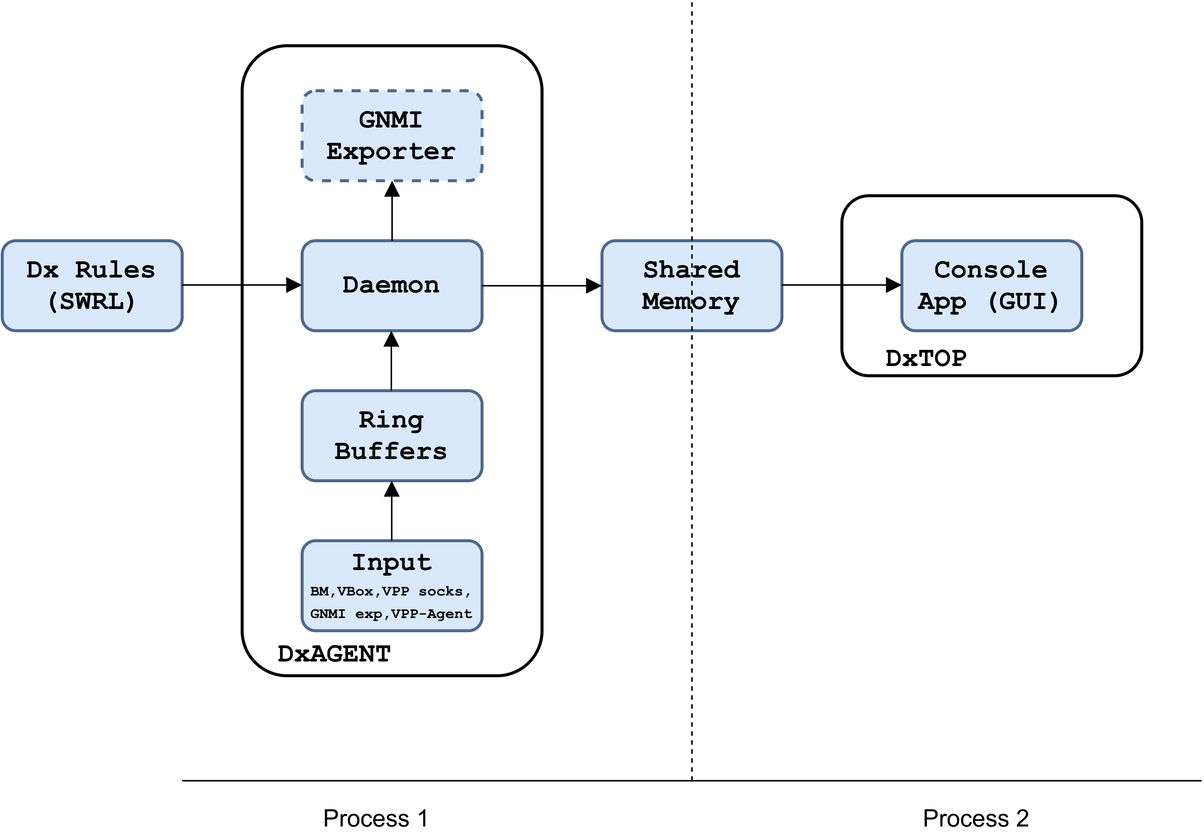
The draw.io diagram res/dxagent-sw.png in Advanced-Observability/dxagent, before a commit. Source tidied: cells renumbered, new cells last; positions are measured from the earlier drawing's top-left corner, leaving out a move shared by most shapes.
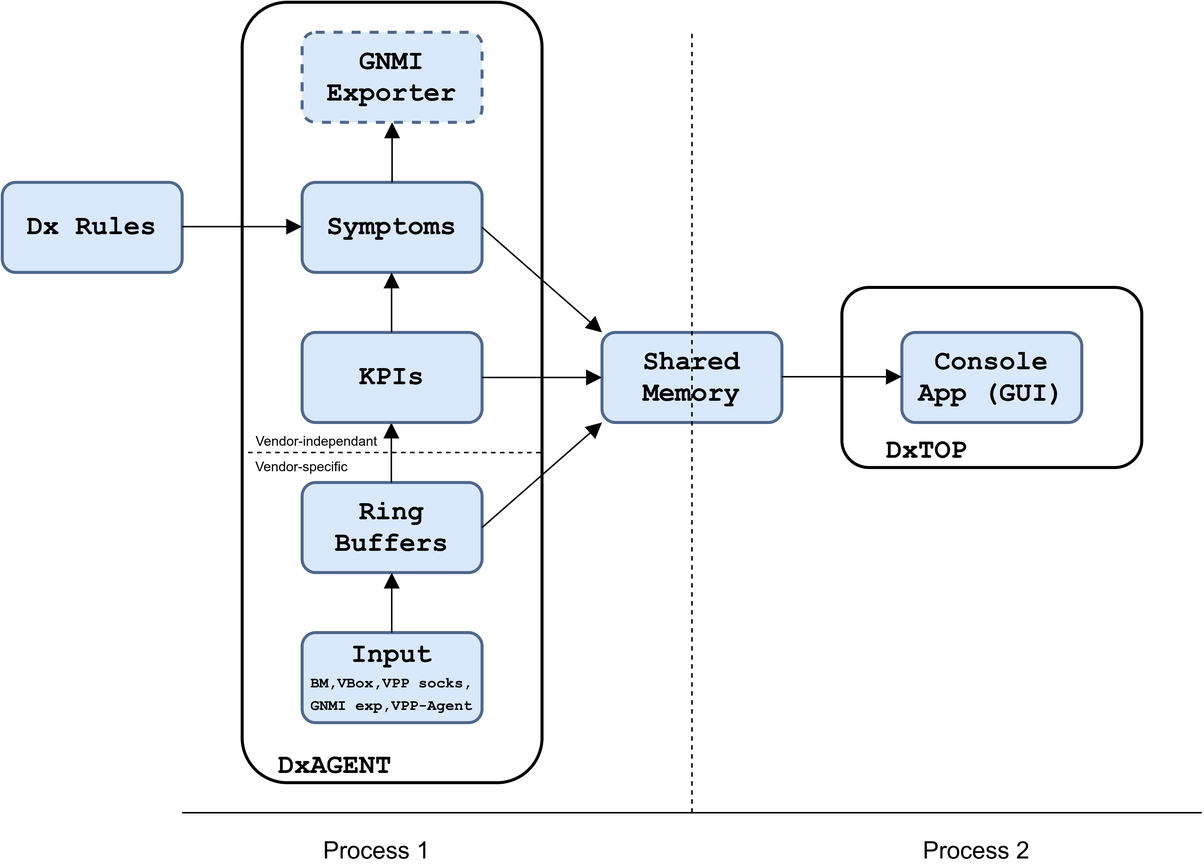
After the commit.

What changed in the source:
```diff
@@ -3,28 +3,28 @@
     <mxCell id="0" />
     <mxCell id="1" parent="0" />
     <mxCell id="2" value="&lt;br&gt;&lt;font face=&quot;Courier New&quot;&gt;&lt;span style=&quot;font-size: 18px&quot;&gt;&lt;b&gt;&lt;br&gt;&lt;br&gt;&lt;br&gt;&lt;br&gt;DxTOP&amp;nbsp; &amp;nbsp; &amp;nbsp; &amp;nbsp;&amp;nbsp;&lt;/b&gt;&lt;/span&gt;&lt;br&gt;&lt;/font&gt;" style="rounded=1;whiteSpace=wrap;html=1;strokeWidth=2;shadow=0;glass=0;comic=0;" parent="1" vertex="1">
-      <mxGeometry x="560" y="130" width="200" height="120" as="geometry" />
+      <mxGeometry x="560" y="170" width="200" height="120" as="geometry" />
     </mxCell>
-    <mxCell id="3" value="&lt;br&gt;&lt;font face=&quot;Courier New&quot;&gt;&lt;span style=&quot;font-size: 18px&quot;&gt;&lt;b&gt;&lt;br&gt;&lt;br&gt;&lt;br&gt;&lt;br&gt;&lt;br&gt;&lt;br&gt;&lt;br&gt;&lt;br&gt;&lt;br&gt;&lt;br&gt;&lt;br&gt;&lt;br&gt;&lt;br&gt;&lt;br&gt;&lt;br&gt;&lt;br&gt;&lt;br&gt;&lt;br&gt;DxAGENT&amp;nbsp; &amp;nbsp; &amp;nbsp; &amp;nbsp;&lt;/b&gt;&lt;/span&gt;&lt;br&gt;&lt;/font&gt;" style="rounded=1;whiteSpace=wrap;html=1;strokeWidth=2;shadow=0;glass=0;comic=0;" parent="1" vertex="1">
-      <mxGeometry x="160" y="30" width="200" height="420" as="geometry" />
+    <mxCell id="3" value="&lt;br&gt;&lt;font face=&quot;Courier New&quot;&gt;&lt;span style=&quot;font-size: 18px&quot;&gt;&lt;b&gt;&lt;br&gt;&lt;br&gt;&lt;br&gt;&lt;br&gt;&lt;br&gt;&lt;br&gt;&lt;br&gt;&lt;br&gt;&lt;br&gt;&lt;br&gt;&lt;br&gt;&lt;br&gt;&lt;br&gt;&lt;br&gt;&lt;br&gt;&lt;br&gt;&lt;br&gt;&lt;br&gt;&lt;br&gt;&lt;br&gt;&lt;br&gt;&lt;br&gt;&lt;br&gt;DxAGENT&amp;nbsp; &amp;nbsp; &amp;nbsp; &amp;nbsp;&lt;/b&gt;&lt;/span&gt;&lt;br&gt;&lt;/font&gt;" style="rounded=1;whiteSpace=wrap;html=1;strokeWidth=2;shadow=0;glass=0;comic=0;" parent="1" vertex="1">
+      <mxGeometry x="160" y="-20" width="200" height="520" as="geometry" />
     </mxCell>
-    <mxCell id="4" value="&lt;font face=&quot;Courier New&quot; style=&quot;font-size: 18px&quot;&gt;&lt;b&gt;Daemon&lt;/b&gt;&lt;/font&gt;" style="rounded=1;whiteSpace=wrap;html=1;fillColor=#dae8fc;strokeColor=#4F688C;gradientColor=none;strokeWidth=2;" parent="1" vertex="1">
-      <mxGeometry x="200" y="160" width="120" height="60" as="geometry" />
+    <mxCell id="4" value="&lt;font face=&quot;Courier New&quot; style=&quot;font-size: 18px&quot;&gt;&lt;b&gt;Symptoms&lt;/b&gt;&lt;/font&gt;" style="rounded=1;whiteSpace=wrap;html=1;fillColor=#dae8fc;strokeColor=#4F688C;gradientColor=none;strokeWidth=2;" parent="1" vertex="1">
+      <mxGeometry x="200" y="100" width="120" height="60" as="geometry" />
     </mxCell>
     <mxCell id="5" value="&lt;font face=&quot;Courier New&quot; style=&quot;font-size: 18px&quot;&gt;&lt;b&gt;Ring Buffers&lt;/b&gt;&lt;/font&gt;" style="rounded=1;whiteSpace=wrap;html=1;fillColor=#dae8fc;strokeColor=#4F688C;gradientColor=none;strokeWidth=2;" parent="1" vertex="1">
-      <mxGeometry x="200" y="260" width="120" height="60" as="geometry" />
+      <mxGeometry x="200" y="300" width="120" height="60" as="geometry" />
     </mxCell>
     <mxCell id="6" value="&lt;font face=&quot;Courier New&quot; style=&quot;font-size: 18px&quot;&gt;&lt;b&gt;GNMI&lt;br&gt;Exporter&lt;/b&gt;&lt;/font&gt;" style="rounded=1;whiteSpace=wrap;html=1;fillColor=#dae8fc;strokeColor=#4F688C;gradientColor=none;strokeWidth=2;dashed=1;" parent="1" vertex="1">
-      <mxGeometry x="200" y="60" width="120" height="60" as="geometry" />
+      <mxGeometry x="200" width="120" height="60" as="geometry" />
     </mxCell>
     <mxCell id="7" value="&lt;font face=&quot;Courier New&quot;&gt;&lt;b&gt;&lt;span style=&quot;font-size: 18px&quot;&gt;Input&lt;/span&gt;&lt;br&gt;&lt;font style=&quot;font-size: 10px&quot;&gt;BM,VBox,VPP socks, GNMI exp,VPP-Agent&lt;/font&gt;&lt;br&gt;&lt;/b&gt;&lt;/font&gt;" style="rounded=1;whiteSpace=wrap;html=1;fillColor=#dae8fc;strokeColor=#4F688C;gradientColor=none;strokeWidth=2;" parent="1" vertex="1">
-      <mxGeometry x="200" y="360" width="120" height="60" as="geometry" />
+      <mxGeometry x="200" y="400" width="120" height="60" as="geometry" />
     </mxCell>
     <mxCell id="8" value="&lt;font face=&quot;Courier New&quot; style=&quot;font-size: 18px&quot;&gt;&lt;b&gt;Shared&lt;br&gt;Memory&lt;/b&gt;&lt;/font&gt;" style="rounded=1;whiteSpace=wrap;html=1;fillColor=#dae8fc;strokeColor=#4F688C;gradientColor=none;strokeWidth=2;" parent="1" vertex="1">
-      <mxGeometry x="400" y="160" width="120" height="60" as="geometry" />
+      <mxGeometry x="400" y="200" width="120" height="60" as="geometry" />
     </mxCell>
     <mxCell id="9" value="&lt;font face=&quot;Courier New&quot;&gt;&lt;span style=&quot;font-size: 18px&quot;&gt;&lt;b&gt;Console App (GUI)&lt;/b&gt;&lt;/span&gt;&lt;/font&gt;" style="rounded=1;whiteSpace=wrap;html=1;fillColor=#dae8fc;strokeColor=#4F688C;gradientColor=none;strokeWidth=2;" parent="1" vertex="1">
-      <mxGeometry x="600" y="160" width="120" height="60" as="geometry" />
+      <mxGeometry x="600" y="200" width="120" height="60" as="geometry" />
     </mxCell>
     <mxCell id="10" style="endArrow=none;html=1;" parent="1" edge="1">
       <mxGeometry relative="1" as="geometry">
@@ -44,40 +44,68 @@
     <mxCell id="13" value="&lt;font style=&quot;font-size: 16px&quot;&gt;Process 2&lt;/font&gt;" style="text;html=1;strokeColor=none;fillColor=none;align=center;verticalAlign=middle;whiteSpace=wrap;rounded=0;shadow=0;glass=0;comic=0;" parent="1" vertex="1">
       <mxGeometry x="590" y="535" width="120" height="20" as="geometry" />
     </mxCell>
-    <mxCell id="14" style="endArrow=block;html=1;exitX=1;exitY=0.5;exitDx=0;exitDy=0;entryX=0;entryY=0.5;entryDx=0;entryDy=0;endSize=8;startSize=8;endFill=1;" parent="1" edge="1" source="4" target="8">
+    <mxCell id="14" style="endArrow=block;html=1;exitX=1;exitY=0.5;exitDx=0;exitDy=0;endSize=8;startSize=8;endFill=1;entryX=0;entryY=0;entryDx=0;entryDy=0;" parent="1" edge="1" source="4" target="8">
       <mxGeometry relative="1" as="geometry" />
     </mxCell>
     <mxCell id="15" style="endArrow=block;html=1;exitX=1;exitY=0.5;exitDx=0;exitDy=0;entryX=0;entryY=0.5;entryDx=0;entryDy=0;endSize=8;startSize=8;endFill=1;" parent="1" edge="1">
       <mxGeometry relative="1" as="geometry">
-        <mxPoint x="520" y="189.5" as="sourcePoint" />
-        <mxPoint x="600" y="189.5" as="targetPoint" />
+        <mxPoint x="520" y="229.5" as="sourcePoint" />
+        <mxPoint x="600" y="229.5" as="targetPoint" />
       </mxGeometry>
     </mxCell>
-    <mxCell id="16" value="&lt;font face=&quot;Courier New&quot; style=&quot;font-size: 18px&quot;&gt;&lt;b&gt;Dx Rules&lt;br&gt;(SWRL)&lt;br&gt;&lt;/b&gt;&lt;/font&gt;" style="rounded=1;whiteSpace=wrap;html=1;fillColor=#dae8fc;strokeColor=#4F688C;gradientColor=none;strokeWidth=2;" parent="1" vertex="1">
-      <mxGeometry y="160" width="120" height="60" as="geometry" />
+    <mxCell id="16" value="&lt;font face=&quot;Courier New&quot; style=&quot;font-size: 18px&quot;&gt;&lt;b&gt;Dx Rules&lt;br&gt;&lt;/b&gt;&lt;/font&gt;" style="rounded=1;whiteSpace=wrap;html=1;fillColor=#dae8fc;strokeColor=#4F688C;gradientColor=none;strokeWidth=2;" parent="1" vertex="1">
+      <mxGeometry y="100" width="120" height="60" as="geometry" />
     </mxCell>
     <mxCell id="17" style="endArrow=block;html=1;exitX=1;exitY=0.5;exitDx=0;exitDy=0;entryX=0;entryY=0.5;entryDx=0;entryDy=0;endSize=8;startSize=8;endFill=1;" parent="1" edge="1">
       <mxGeometry relative="1" as="geometry">
-        <mxPoint x="120" y="189.5" as="sourcePoint" />
-        <mxPoint x="200" y="189.5" as="targetPoint" />
+        <mxPoint x="120" y="129.5" as="sourcePoint" />
+        <mxPoint x="200" y="129.5" as="targetPoint" />
       </mxGeometry>
     </mxCell>
-    <mxCell id="18" style="endArrow=block;html=1;exitX=1;exitY=0.5;exitDx=0;exitDy=0;entryX=0.5;entryY=1;entryDx=0;entryDy=0;endSize=8;startSize=8;endFill=1;" parent="1" edge="1" target="6">
+    <mxCell id="18" style="endArrow=block;html=1;entryX=0.5;entryY=1;entryDx=0;entryDy=0;endSize=8;startSize=8;endFill=1;" parent="1" edge="1" target="6">
       <mxGeometry relative="1" as="geometry">
-        <mxPoint x="260" y="160" as="sourcePoint" />
+        <mxPoint x="260" y="100" as="sourcePoint" />
       </mxGeometry>
     </mxCell>
     <mxCell id="19" style="endArrow=block;html=1;exitX=1;exitY=0.5;exitDx=0;exitDy=0;entryX=0.5;entryY=1;entryDx=0;entryDy=0;endSize=8;startSize=8;endFill=1;" parent="1" edge="1">
       <mxGeometry relative="1" as="geometry">
-        <mxPoint x="259.5" y="260" as="sourcePoint" />
-        <mxPoint x="259.5" y="220" as="targetPoint" />
+        <mxPoint x="259.5" y="300" as="sourcePoint" />
+        <mxPoint x="259.5" y="260" as="targetPoint" />
       </mxGeometry>
     </mxCell>
     <mxCell id="20" style="endArrow=block;html=1;exitX=1;exitY=0.5;exitDx=0;exitDy=0;entryX=0.5;entryY=1;entryDx=0;entryDy=0;endSize=8;startSize=8;endFill=1;" parent="1" edge="1">
       <mxGeometry relative="1" as="geometry">
-        <mxPoint x="259.8" y="360" as="sourcePoint" />
-        <mxPoint x="259.8" y="320" as="targetPoint" />
+        <mxPoint x="259.8" y="400" as="sourcePoint" />
+        <mxPoint x="259.8" y="360" as="targetPoint" />
       </mxGeometry>
     </mxCell>
+    <mxCell id="21" value="&lt;font face=&quot;Courier New&quot; style=&quot;font-size: 18px&quot;&gt;&lt;b&gt;KPIs&lt;/b&gt;&lt;/font&gt;" style="rounded=1;whiteSpace=wrap;html=1;fillColor=#dae8fc;strokeColor=#4F688C;gradientColor=none;strokeWidth=2;" parent="1" vertex="1">
+      <mxGeometry x="200" y="200" width="120" height="60" as="geometry" />
+    </mxCell>
+    <mxCell id="22" style="endArrow=block;html=1;entryX=0.5;entryY=1;entryDx=0;entryDy=0;endSize=8;startSize=8;endFill=1;" parent="1" edge="1">
+      <mxGeometry relative="1" as="geometry">
+        <mxPoint x="259.7" y="200" as="sourcePoint" />
+        <mxPoint x="259.7" y="160" as="targetPoint" />
+      </mxGeometry>
+    </mxCell>
+    <mxCell id="23" style="endArrow=block;html=1;exitX=1;exitY=0.5;exitDx=0;exitDy=0;endSize=8;startSize=8;endFill=1;entryX=0;entryY=1;entryDx=0;entryDy=0;" parent="1" edge="1" source="5" target="8">
+      <mxGeometry relative="1" as="geometry" />
+    </mxCell>
+    <mxCell id="24" style="endArrow=block;html=1;exitX=1;exitY=0.5;exitDx=0;exitDy=0;endSize=8;startSize=8;endFill=1;" parent="1" edge="1" source="21">
+      <mxGeometry relative="1" as="geometry">
+        <mxPoint x="400" y="230" as="targetPoint" />
+      </mxGeometry>
+    </mxCell>
+    <mxCell id="25" style="endArrow=none;dashed=1;html=1;exitX=0.995;exitY=0.577;exitDx=0;exitDy=0;exitPerimeter=0;" parent="1" edge="1" source="3">
+      <mxGeometry relative="1" as="geometry">
+        <mxPoint x="160" y="280" as="targetPoint" />
+      </mxGeometry>
+    </mxCell>
+    <mxCell id="26" value="&lt;font style=&quot;font-size: 9px&quot;&gt;Vendor-specific&lt;/font&gt;" style="text;html=1;strokeColor=none;fillColor=none;align=center;verticalAlign=middle;whiteSpace=wrap;rounded=0;shadow=0;glass=0;comic=0;" parent="1" vertex="1">
+      <mxGeometry x="160" y="280" width="80" height="15" as="geometry" />
+    </mxCell>
+    <mxCell id="27" value="&lt;font style=&quot;font-size: 9px&quot;&gt;Vendor-independant&lt;/font&gt;" style="text;html=1;strokeColor=none;fillColor=none;align=center;verticalAlign=middle;whiteSpace=wrap;rounded=0;shadow=0;glass=0;comic=0;" parent="1" vertex="1">
+      <mxGeometry x="160" y="265" width="100" height="12" as="geometry" />
+    </mxCell>
   </root>
 </mxGraphModel>
```
